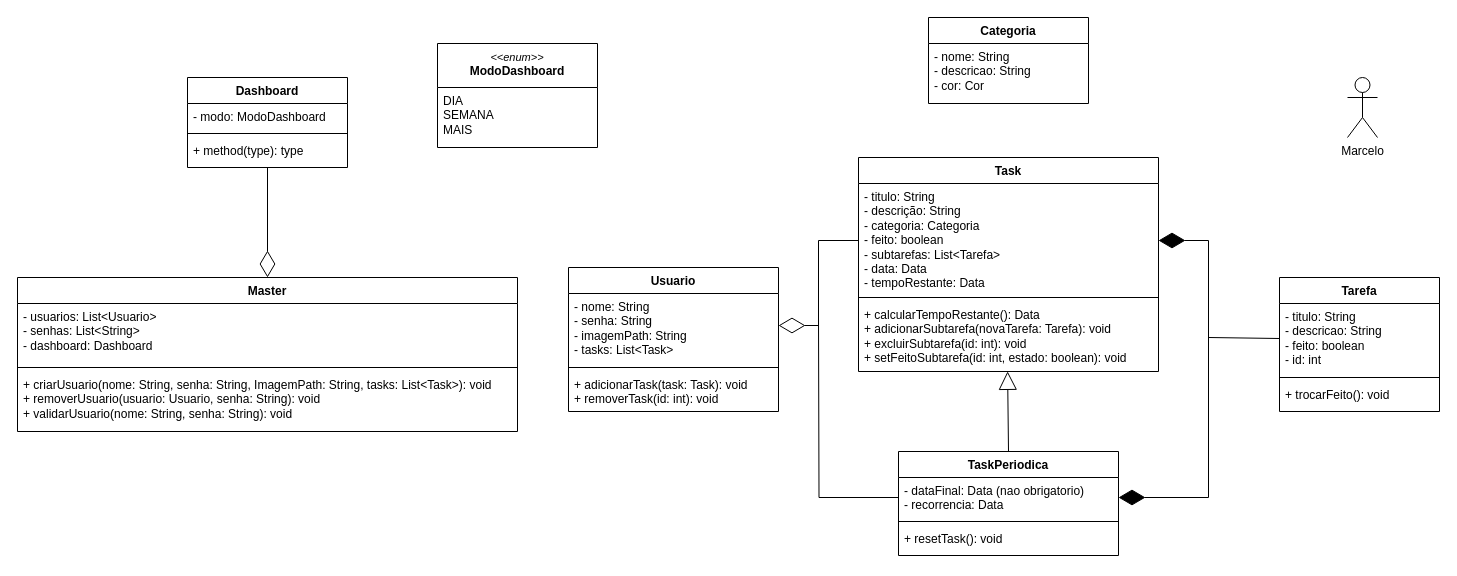
Above: Diagrama UML - TaskIt.drawio in yaesetti/task-it (draw.io), before the change. Source tidied: cells renumbered, new cells numbered last; positions are measured from the earlier drawing's top-left corner, leaving out a move shared by most shapes. Both pictures are drawn from the tidied source at 100%, with x=0, y=0 at pixel (17, 17).
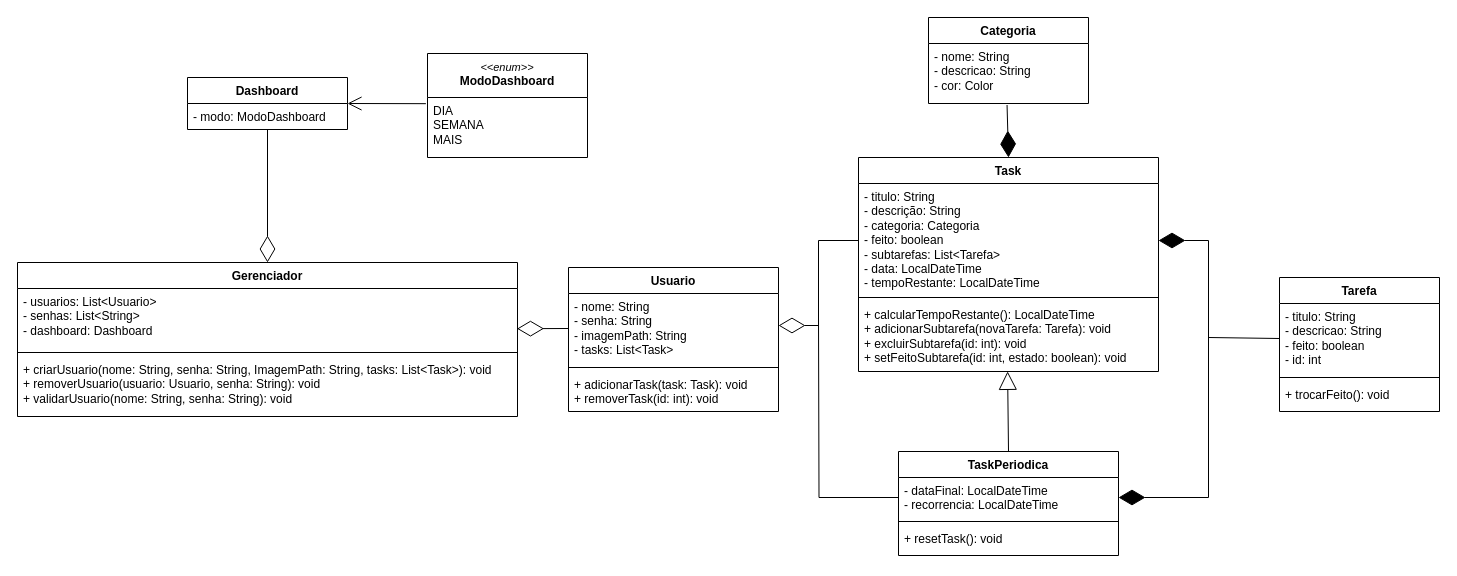
The same page after the edit.

Unchanged cells that the change refers to:
```xml
<mxCell id="2" value="Task" style="swimlane;fontStyle=1;align=center;verticalAlign=top;horizontal=1;startSize=26;whiteSpace=wrap;html=1;" parent="1" vertex="1">
  <mxGeometry x="841" y="140" width="300" height="214" as="geometry" />
</mxCell>
<mxCell id="10" value="TaskPeriodica" style="swimlane;fontStyle=1;align=center;verticalAlign=top;horizontal=1;startSize=26;whiteSpace=wrap;html=1;" parent="1" vertex="1">
  <mxGeometry x="881" y="434" width="220" height="104" as="geometry" />
</mxCell>
<mxCell id="19" value="&lt;div&gt;- nome: String&lt;/div&gt;&lt;div&gt;- senha: String&lt;/div&gt;&lt;div&gt;- imagemPath: String&lt;/div&gt;- tasks: List&amp;lt;Task&amp;gt;" style="text;strokeColor=none;fillColor=none;align=left;verticalAlign=top;spacingLeft=4;spacingRight=4;overflow=hidden;points=[[0,0.5],[1,0.5]];portConstraint=eastwest;whiteSpace=wrap;html=1;" parent="18" vertex="1">
  <mxGeometry y="26" width="210" height="70" as="geometry" />
</mxCell>
<mxCell id="24" value="Categoria" style="swimlane;fontStyle=1;align=center;verticalAlign=top;horizontal=1;startSize=26;whiteSpace=wrap;html=1;" parent="1" vertex="1">
  <mxGeometry x="911" width="160" height="86" as="geometry" />
</mxCell>
<mxCell id="27" value="- usuarios: List&amp;lt;Usuario&amp;gt;&lt;div&gt;- senhas: List&amp;lt;String&amp;gt;&lt;/div&gt;&lt;div&gt;- dashboard: Dashboard&lt;/div&gt;" style="text;strokeColor=none;fillColor=none;align=left;verticalAlign=top;spacingLeft=4;spacingRight=4;overflow=hidden;points=[[0,0.5],[1,0.5]];portConstraint=eastwest;whiteSpace=wrap;html=1;" parent="26" vertex="1">
  <mxGeometry y="26" width="500" height="60" as="geometry" />
</mxCell>
<mxCell id="35" value="DIA&lt;div&gt;SEMANA&lt;/div&gt;&lt;div&gt;MAIS&lt;/div&gt;" style="text;strokeColor=none;fillColor=none;align=left;verticalAlign=top;spacingLeft=4;spacingRight=4;overflow=hidden;points=[[0,0.5],[1,0.5]];portConstraint=eastwest;whiteSpace=wrap;html=1;" parent="34" vertex="1">
  <mxGeometry y="44" width="160" height="60" as="geometry" />
</mxCell>
```

Diff of the diagram source:
```diff
@@
-    <mxCell id="3" value="- titulo: String&lt;div&gt;- descrição: String&lt;/div&gt;&lt;div&gt;- categoria: Categoria&lt;/div&gt;&lt;div&gt;- feito: boolean&lt;/div&gt;&lt;div&gt;- subtarefas: List&amp;lt;Tarefa&amp;gt;&lt;/div&gt;&lt;div&gt;- data: Data&lt;/div&gt;&lt;div&gt;- tempoRestante: Data&lt;/div&gt;" style="text;strokeColor=none;fillColor=none;align=left;verticalAlign=top;spacingLeft=4;spacingRight=4;overflow=hidden;whiteSpace=wrap;html=1;" parent="2" vertex="1">
+    <mxCell id="3" value="- titulo: String&lt;div&gt;- descrição: String&lt;/div&gt;&lt;div&gt;- categoria: Categoria&lt;/div&gt;&lt;div&gt;- feito: boolean&lt;/div&gt;&lt;div&gt;- subtarefas: List&amp;lt;Tarefa&amp;gt;&lt;/div&gt;&lt;div&gt;- data: LocalDateTime&lt;/div&gt;&lt;div&gt;- tempoRestante: LocalDateTime&lt;/div&gt;" style="text;strokeColor=none;fillColor=none;align=left;verticalAlign=top;spacingLeft=4;spacingRight=4;overflow=hidden;whiteSpace=wrap;html=1;" parent="2" vertex="1">
       <mxGeometry y="26" width="300" height="110" as="geometry" />
     </mxCell>
@@
-    <mxCell id="5" value="&lt;div&gt;+ calcularTempoRestante(): Data&lt;/div&gt;&lt;div&gt;+ adicionarSubtarefa(novaTarefa: Tarefa): void&lt;/div&gt;&lt;div&gt;+ excluirSubtarefa(id: int): void&lt;/div&gt;&lt;div&gt;+ setFeitoSubtarefa(id: int, estado: boolean): void&lt;/div&gt;" style="text;strokeColor=none;fillColor=none;align=left;verticalAlign=top;spacingLeft=4;spacingRight=4;overflow=hidden;points=[[0,0.5],[1,0.5]];portConstraint=eastwest;whiteSpace=wrap;html=1;" parent="2" vertex="1">
+    <mxCell id="5" value="&lt;div&gt;+ calcularTempoRestante(): LocalDateTime&lt;/div&gt;&lt;div&gt;+ adicionarSubtarefa(novaTarefa: Tarefa): void&lt;/div&gt;&lt;div&gt;+ excluirSubtarefa(id: int): void&lt;/div&gt;&lt;div&gt;+ setFeitoSubtarefa(id: int, estado: boolean): void&lt;/div&gt;" style="text;strokeColor=none;fillColor=none;align=left;verticalAlign=top;spacingLeft=4;spacingRight=4;overflow=hidden;points=[[0,0.5],[1,0.5]];portConstraint=eastwest;whiteSpace=wrap;html=1;" parent="2" vertex="1">
       <mxGeometry y="144" width="300" height="70" as="geometry" />
     </mxCell>
@@
-    <mxCell id="12" value="&lt;div&gt;&lt;span style=&quot;background-color: transparent; color: light-dark(rgb(0, 0, 0), rgb(255, 255, 255));&quot;&gt;- dataFinal: Data (nao obrigatorio)&lt;/span&gt;&lt;/div&gt;&lt;div&gt;&lt;span style=&quot;background-color: transparent; color: light-dark(rgb(0, 0, 0), rgb(255, 255, 255));&quot;&gt;- recorrencia: Data&lt;/span&gt;&lt;/div&gt;" style="text;strokeColor=none;fillColor=none;align=left;verticalAlign=top;spacingLeft=4;spacingRight=4;overflow=hidden;points=[[0,0.5],[1,0.5]];portConstraint=eastwest;whiteSpace=wrap;html=1;" parent="10" vertex="1">
+    <mxCell id="12" value="&lt;div&gt;&lt;span style=&quot;background-color: transparent; color: light-dark(rgb(0, 0, 0), rgb(255, 255, 255));&quot;&gt;- dataFinal: LocalDateTime&lt;/span&gt;&lt;/div&gt;&lt;div&gt;&lt;span style=&quot;background-color: transparent; color: light-dark(rgb(0, 0, 0), rgb(255, 255, 255));&quot;&gt;- recorrencia: LocalDateTime&lt;/span&gt;&lt;/div&gt;" style="text;strokeColor=none;fillColor=none;align=left;verticalAlign=top;spacingLeft=4;spacingRight=4;overflow=hidden;points=[[0,0.5],[1,0.5]];portConstraint=eastwest;whiteSpace=wrap;html=1;" parent="10" vertex="1">
       <mxGeometry y="26" width="220" height="40" as="geometry" />
     </mxCell>
@@
-    <mxCell id="15" value="Marcelo" style="shape=umlActor;verticalLabelPosition=bottom;verticalAlign=top;html=1;" parent="1" vertex="1">
-      <mxGeometry x="1330" y="60" width="30" height="60" as="geometry" />
-    </mxCell>
@@
-    <mxCell id="25" value="- nome: String&lt;div&gt;- descricao: String&lt;/div&gt;&lt;div&gt;- cor: Cor&lt;/div&gt;" style="text;strokeColor=none;fillColor=none;align=left;verticalAlign=top;spacingLeft=4;spacingRight=4;overflow=hidden;points=[[0,0.5],[1,0.5]];portConstraint=eastwest;whiteSpace=wrap;html=1;" parent="24" vertex="1">
+    <mxCell id="25" value="- nome: String&lt;div&gt;- descricao: String&lt;/div&gt;&lt;div&gt;- cor: Color&lt;/div&gt;" style="text;strokeColor=none;fillColor=none;align=left;verticalAlign=top;spacingLeft=4;spacingRight=4;overflow=hidden;points=[[0,0.5],[1,0.5]];portConstraint=eastwest;whiteSpace=wrap;html=1;" parent="24" vertex="1">
       <mxGeometry y="26" width="160" height="60" as="geometry" />
     </mxCell>
-    <mxCell id="26" value="Master" style="swimlane;fontStyle=1;align=center;verticalAlign=top;horizontal=1;startSize=26;whiteSpace=wrap;html=1;" parent="1" vertex="1">
-      <mxGeometry y="260" width="500" height="154" as="geometry" />
+    <mxCell id="26" value="Gerenciador" style="swimlane;fontStyle=1;align=center;verticalAlign=top;horizontal=1;startSize=26;whiteSpace=wrap;html=1;" parent="1" vertex="1">
+      <mxGeometry y="245" width="500" height="154" as="geometry" />
     </mxCell>
@@
     <mxCell id="30" value="Dashboard" style="swimlane;fontStyle=1;align=center;verticalAlign=top;horizontal=1;startSize=26;whiteSpace=wrap;html=1;" parent="1" vertex="1">
-      <mxGeometry x="170" y="60" width="160" height="90" as="geometry" />
+      <mxGeometry x="170" y="60" width="160" height="52" as="geometry" />
     </mxCell>
@@
-    <mxCell id="32" style="line;strokeWidth=1;fillColor=none;align=left;verticalAlign=middle;spacingTop=-1;spacingLeft=3;spacingRight=3;labelPosition=right;strokeColor=inherit;" parent="30" vertex="1">
-      <mxGeometry y="52" width="160" height="8" as="geometry" />
-    </mxCell>
-    <mxCell id="33" value="+ method(type): type" style="text;strokeColor=none;fillColor=none;align=left;verticalAlign=top;spacingLeft=4;spacingRight=4;overflow=hidden;whiteSpace=wrap;html=1;" parent="30" vertex="1">
-      <mxGeometry y="60" width="160" height="30" as="geometry" />
-    </mxCell>
     <mxCell id="34" value="&lt;span style=&quot;font-weight: normal;&quot;&gt;&lt;i&gt;&lt;font style=&quot;font-size: 11px;&quot;&gt;&amp;lt;&amp;lt;enum&amp;gt;&amp;gt;&lt;/font&gt;&lt;/i&gt;&lt;/span&gt;&lt;div&gt;&lt;font&gt;ModoDashboard&lt;/font&gt;&lt;/div&gt;" style="swimlane;fontStyle=1;align=center;verticalAlign=top;horizontal=1;startSize=44;whiteSpace=wrap;html=1;" parent="1" vertex="1">
-      <mxGeometry x="420" y="26" width="160" height="104" as="geometry" />
+      <mxGeometry x="410" y="36" width="160" height="104" as="geometry" />
     </mxCell>
@@
+    <mxCell id="37" style="endArrow=diamondThin;endFill=0;endSize=24;html=1;rounded=0;exitX=0;exitY=0.5;exitDx=0;exitDy=0;entryX=0.999;entryY=0.67;entryDx=0;entryDy=0;entryPerimeter=0;" parent="1" edge="1" source="19" target="27">
+      <mxGeometry relative="1" as="geometry" />
+    </mxCell>
+    <mxCell id="38" style="endArrow=open;endFill=1;endSize=12;html=1;rounded=0;entryX=1;entryY=0.5;entryDx=0;entryDy=0;exitX=-0.01;exitY=0.103;exitDx=0;exitDy=0;exitPerimeter=0;" parent="1" edge="1" source="35" target="30">
+      <mxGeometry relative="1" as="geometry" />
+    </mxCell>
+    <mxCell id="39" style="endArrow=diamondThin;endFill=1;endSize=24;html=1;rounded=0;exitX=0.491;exitY=1.025;exitDx=0;exitDy=0;exitPerimeter=0;entryX=0.5;entryY=0;entryDx=0;entryDy=0;" parent="1" edge="1" source="25" target="2">
+      <mxGeometry relative="1" as="geometry" />
+    </mxCell>
```
